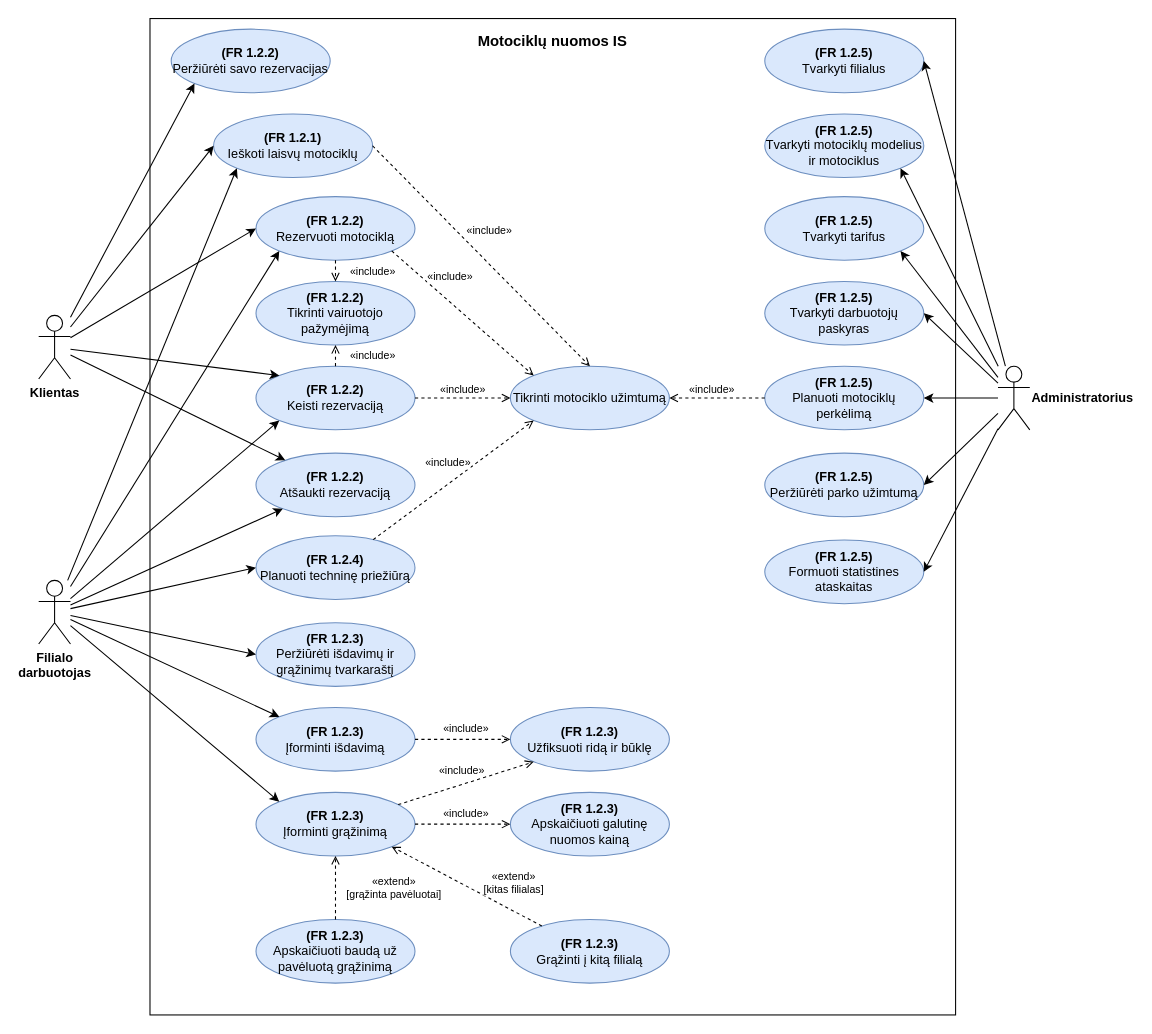
Earlier version of the draw.io diagram artefaktai/07-panaudos-atvejai.drawio (dimabreeze/VU-IGDS-GrupineUzduotis). Source tidied: cells renumbered, new cells numbered last; positions are measured from the earlier drawing's top-left corner, leaving out a move shared by most shapes. Both pictures are drawn from the tidied source at 106%, with x=0, y=0 at pixel (38, 18).
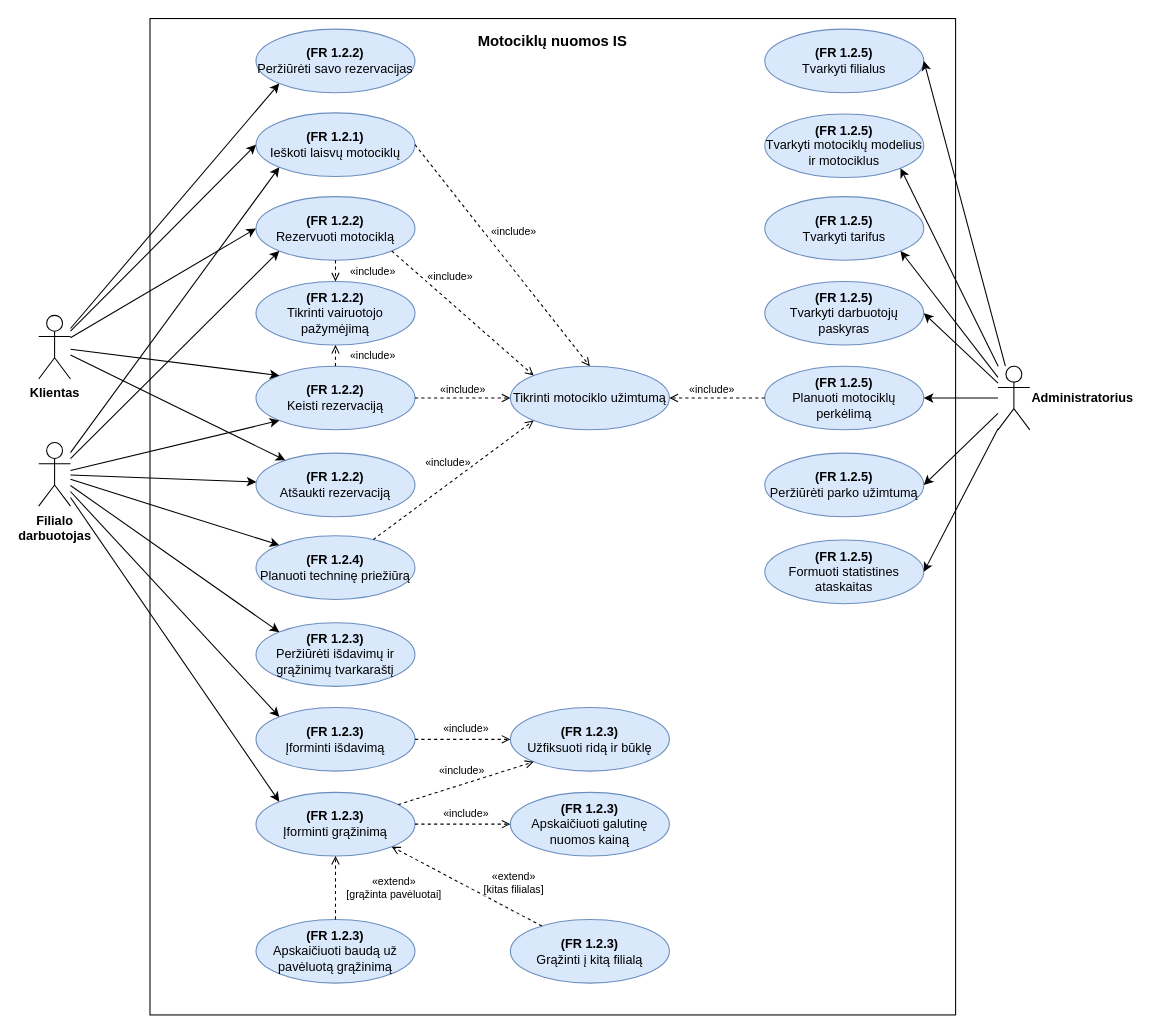
Above is the later version.

The change refers to these unchanged cells:
```xml
<mxCell id="9" value="&lt;b&gt;(FR 1.2.4)&lt;/b&gt;&lt;br&gt;Planuoti techninę priežiūrą" style="ellipse;whiteSpace=wrap;html=1;fillColor=#dae8fc;strokeColor=#6c8ebf;fontSize=12;" parent="1" vertex="1">
  <mxGeometry x="205" y="488" width="150" height="60" as="geometry" />
</mxCell>
<mxCell id="10" value="&lt;b&gt;(FR 1.2.3)&lt;/b&gt;&lt;br&gt;Peržiūrėti išdavimų ir grąžinimų tvarkaraštį" style="ellipse;whiteSpace=wrap;html=1;fillColor=#dae8fc;strokeColor=#6c8ebf;fontSize=12;" parent="1" vertex="1">
  <mxGeometry x="205" y="570" width="150" height="60" as="geometry" />
</mxCell>
```

The edit, as a diff of the source:
```diff
@@
     <mxCell id="3" value="&lt;b&gt;(FR 1.2.2)&lt;/b&gt;&lt;br&gt;Peržiūrėti savo rezervacijas" style="ellipse;whiteSpace=wrap;html=1;fillColor=#dae8fc;strokeColor=#6c8ebf;fontSize=12;" parent="1" vertex="1">
-      <mxGeometry x="125" y="10" width="150" height="60" as="geometry" />
+      <mxGeometry x="205" y="10" width="150" height="60" as="geometry" />
     </mxCell>
     <mxCell id="4" value="&lt;b&gt;(FR 1.2.1)&lt;/b&gt;&lt;br&gt;Ieškoti laisvų motociklų" style="ellipse;whiteSpace=wrap;html=1;fillColor=#dae8fc;strokeColor=#6c8ebf;fontSize=12;" parent="1" vertex="1">
-      <mxGeometry x="165" y="90" width="150" height="60" as="geometry" />
+      <mxGeometry x="205" y="89" width="150" height="60" as="geometry" />
     </mxCell>
@@
     <mxCell id="25" value="Filialo&lt;br&gt;darbuotojas" style="shape=umlActor;verticalLabelPosition=bottom;verticalAlign=top;html=1;outlineConnect=0;fontSize=12;fontStyle=1;" parent="1" vertex="1">
-      <mxGeometry y="530" width="30" height="60" as="geometry" />
+      <mxGeometry y="400" width="30" height="60" as="geometry" />
     </mxCell>
@@
-    <mxCell id="36" style="endArrow=classic;endFill=1;html=1;rounded=0;entryX=0;entryY=0.5;entryDx=0;entryDy=0;" parent="1" edge="1" source="25" target="9">
+    <mxCell id="36" style="endArrow=classic;endFill=1;html=1;rounded=0;entryX=0;entryY=0;entryDx=0;entryDy=0;" parent="1" edge="1" source="25" target="9">
       <mxGeometry relative="1" as="geometry" />
     </mxCell>
-    <mxCell id="37" style="endArrow=classic;endFill=1;html=1;rounded=0;entryX=0;entryY=0.5;entryDx=0;entryDy=0;" parent="1" edge="1" source="25" target="10">
+    <mxCell id="37" style="endArrow=classic;endFill=1;html=1;rounded=0;entryX=0;entryY=0;entryDx=0;entryDy=0;" parent="1" edge="1" source="25" target="10">
       <mxGeometry relative="1" as="geometry" />
     </mxCell>
```
